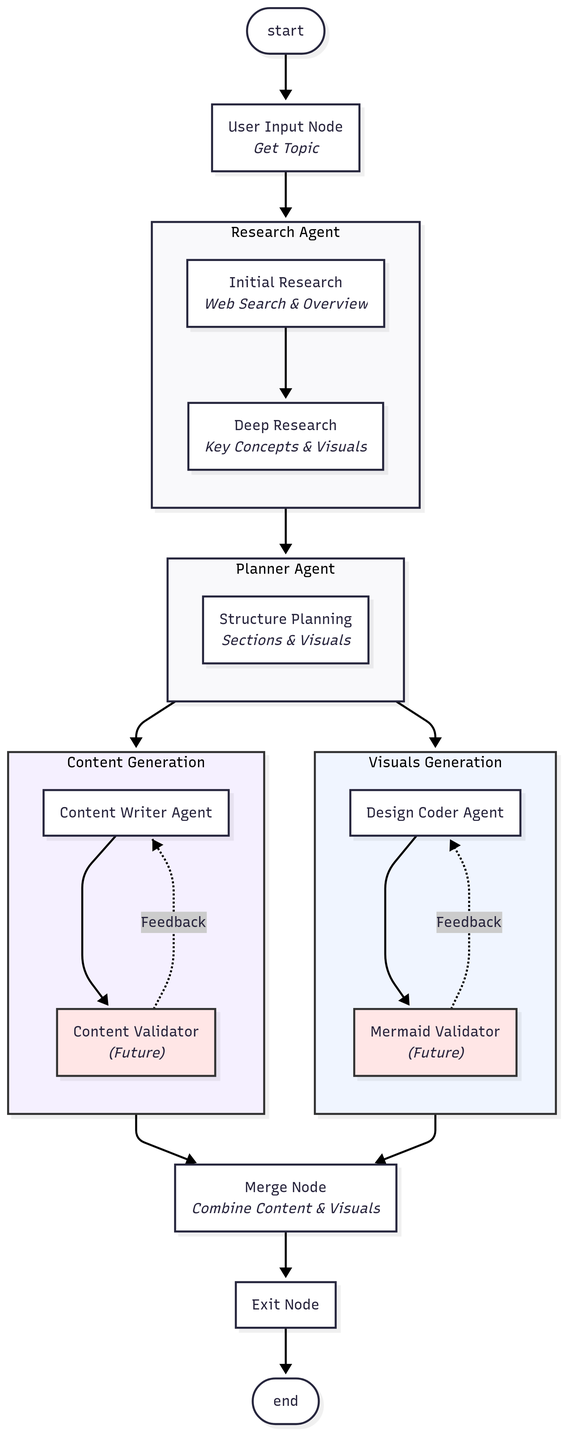
rishi255/learnmate keeps this Mermaid diagram as documentation/multi_agent_design_flowchart.png. Above is the earlier version. Its source is kept beside it as documentation/multi_agent_design_flowchart.mmd.
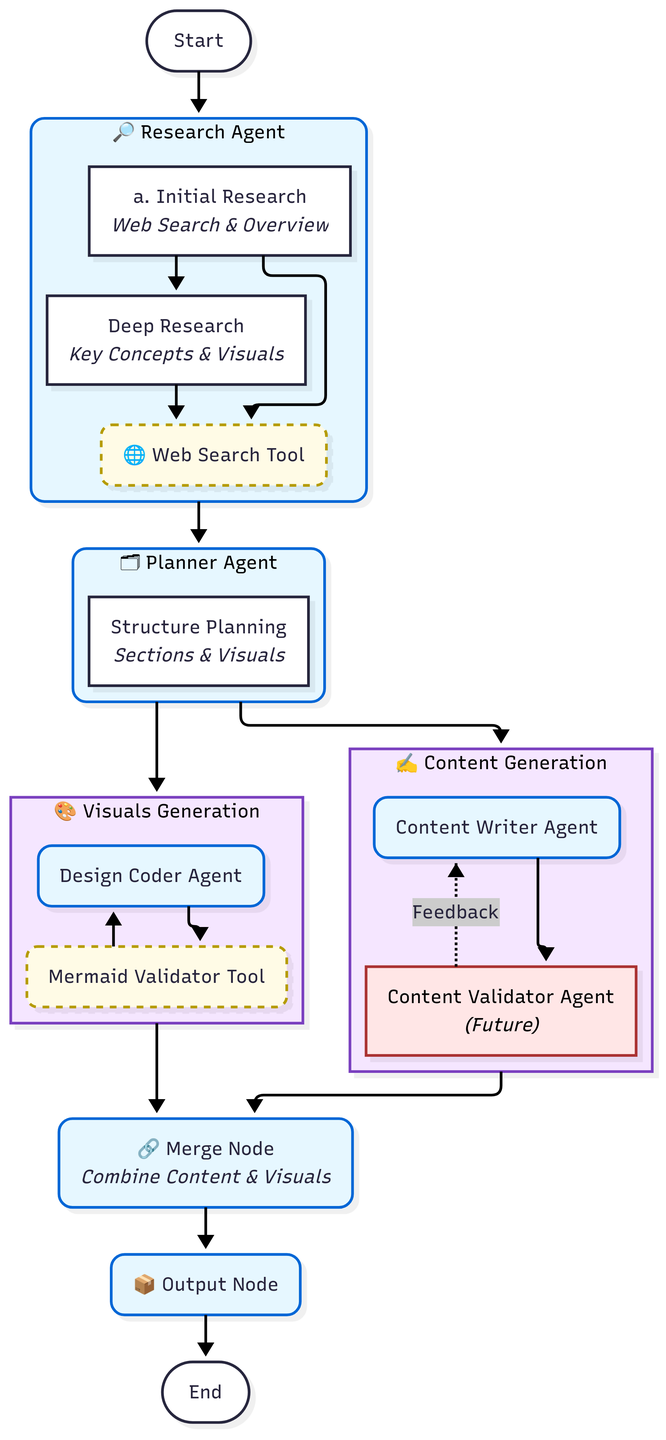
The same diagram one commit later.

Commit message:
📊Update Agent Flow Diagram

What changed in the source:
```diff
@@ -1,41 +1,55 @@
 ---
 config:
-  layout: dagre
+  layout: elk
 ---
 flowchart TD
-    start([start]) --> A["User Input Node<br><i>Get Topic</i>"]
-    A --> B["Research Agent"]
-
-    subgraph B["Research Agent"]
-        direction TB
-        B1["Initial Research<br><i>Web Search & Overview</i>"] --> B2["Deep Research<br><i>Key Concepts & Visuals</i>"]
-    end
-    B --> P["Planner Agent"]
-
-    subgraph P["Planner Agent"]
-        P1["Structure Planning<br><i>Sections & Visuals</i>"]
-    end
-
+ subgraph B["🔎 Research Agent"]
+    direction TB
+        B2["Deep Research<br><i>Key Concepts &amp; Visuals</i>"]
+        B1["a. Initial Research<br><i>Web Search &amp; Overview</i>"]
+        WS["🌐 Web Search Tool"]
+  end
+ subgraph P["🗂 Planner Agent"]
+    direction TB
+        P1["Structure Planning<br><i>Sections &amp; Visuals</i>"]
+  end
+ subgraph ContentPath["✍️ Content Generation"]
+    direction TB
+        CV["Content Validator Agent<br><i>(Future)</i>"]
+        C["Content Writer Agent"]
+  end
+ subgraph VisualPath["🎨 Visuals Generation"]
+    direction TB
+        MV["Mermaid Validator Tool"]
+        M["Design Coder Agent"]
+  end
+    start(["Start"]) --> B
+    B1 --> B2 & WS
+    B2 --> WS
+    B --> P
     P --> ContentPath & VisualPath
-
-    subgraph ContentPath["Content Generation"]
-        C["Content Writer Agent"] --> CV["Content Validator<br><i>(Future)</i>"]
-        CV -..-> |Feedback| C
-    end
-
-    subgraph VisualPath["Visuals Generation"]
-        M["Design Coder Agent"] --> MV["Mermaid Validator<br><i>(Future)</i>"]
-        MV -..-> |Feedback| M
-    end
-
-    ContentPath & VisualPath --> merge["Merge Node<br><i>Combine Content & Visuals</i>"]
-
-    merge --> exit["Exit Node"]
-    exit --> endnode([end])
-
-    classDef future fill:#ffe6e6,stroke:#333
-    classDef state fill:#e6ffe6,stroke:#333,stroke-dasharray: 5 5
-    class CV,MV future
-    class save1,save2,save3,save4a,save4b,save5 state
-    style ContentPath fill:#f5f0ff,stroke:#333
-    style VisualPath fill:#f0f5ff,stroke:#333
+    C --> CV
+    CV -. Feedback ..-> C
+    M --> MV
+    MV --> M
+    ContentPath --> merge["🔗 Merge Node<br><i>Combine Content &amp; Visuals</i>"]
+    VisualPath --> merge
+    merge --> exit["📦 Output Node"]
+    exit --> endnode(["End"])
+     WS:::tool
+     CV:::future
+     C:::agent
+     MV:::tool
+     M:::agent
+     B:::agent
+     P:::agent
+     merge:::agent
+     exit:::agent
+    classDef future fill:#ffe6e6,stroke:#a33,stroke-width:2px,color:#000
+    classDef agent fill:#e6f7ff,stroke:#0366d6,stroke-width:2px,rx:10px,ry:10px
+    classDef tool fill:#fffbe6,stroke:#b59b00,stroke-width:2px,stroke-dasharray: 5 5,rx:8px,ry:8px
+    classDef process fill:#f0fff0,stroke:#228B22,stroke-width:2px,rx:8px,ry:8px
+    classDef merge fill:#f3e6ff,stroke:#7a3fbf,stroke-width:2px,rx:12px,ry:12px
+    classDef invisible fill:none,stroke:none
+    style ContentPath fill:#f5e6ff,stroke:#7a3fbf,stroke-width:2px
+    style VisualPath fill:#f5e6ff,stroke:#7a3fbf,stroke-width:2px
```
